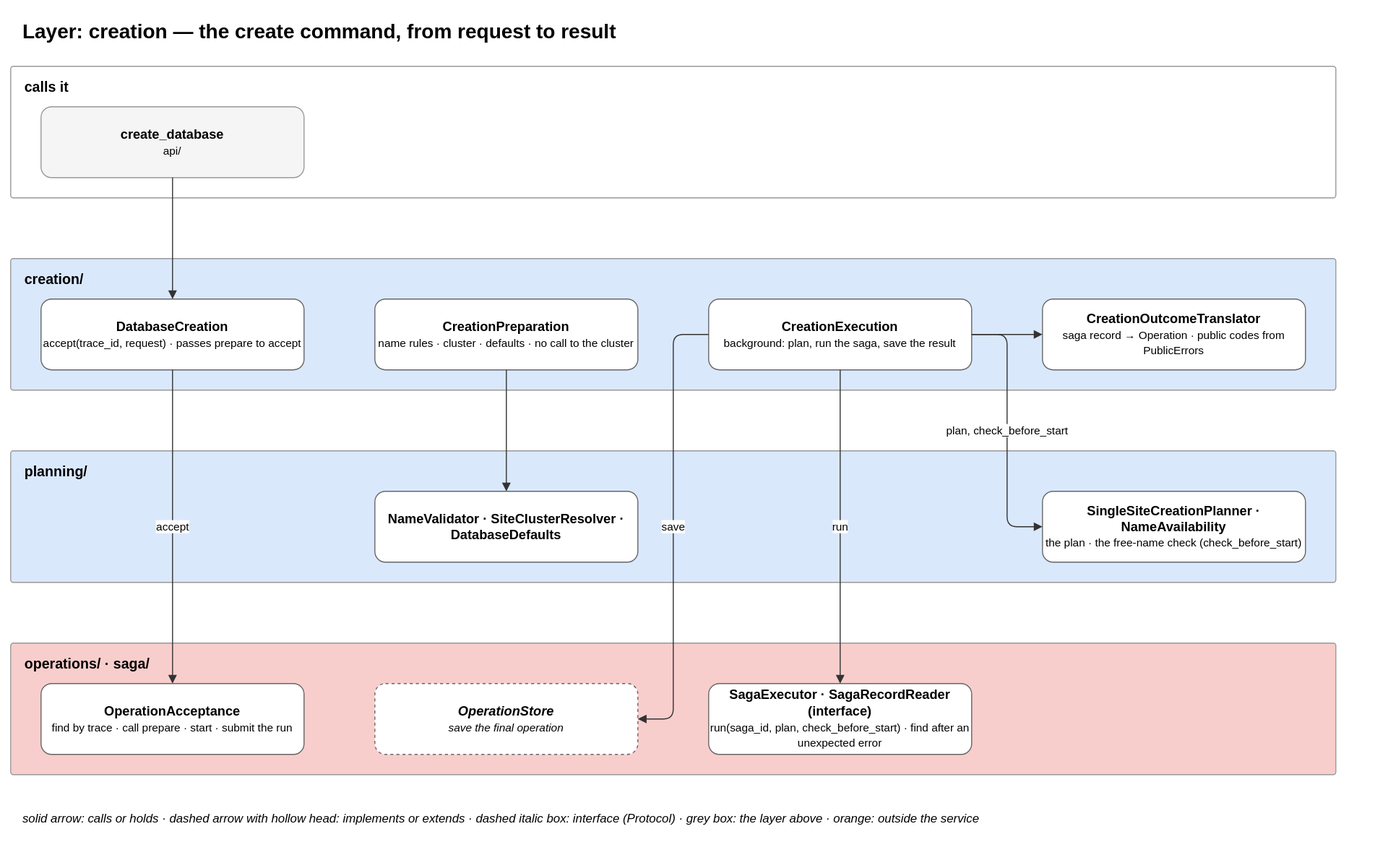
Above: docs/diagrams/04-layer-creation.drawio.svg in EliShteinman/redis-enterprise-services (draw.io), before the change. Source tidied: cells renumbered, new cells last; positions are measured from the earlier drawing's top-left corner, leaving out a move shared by most shapes.
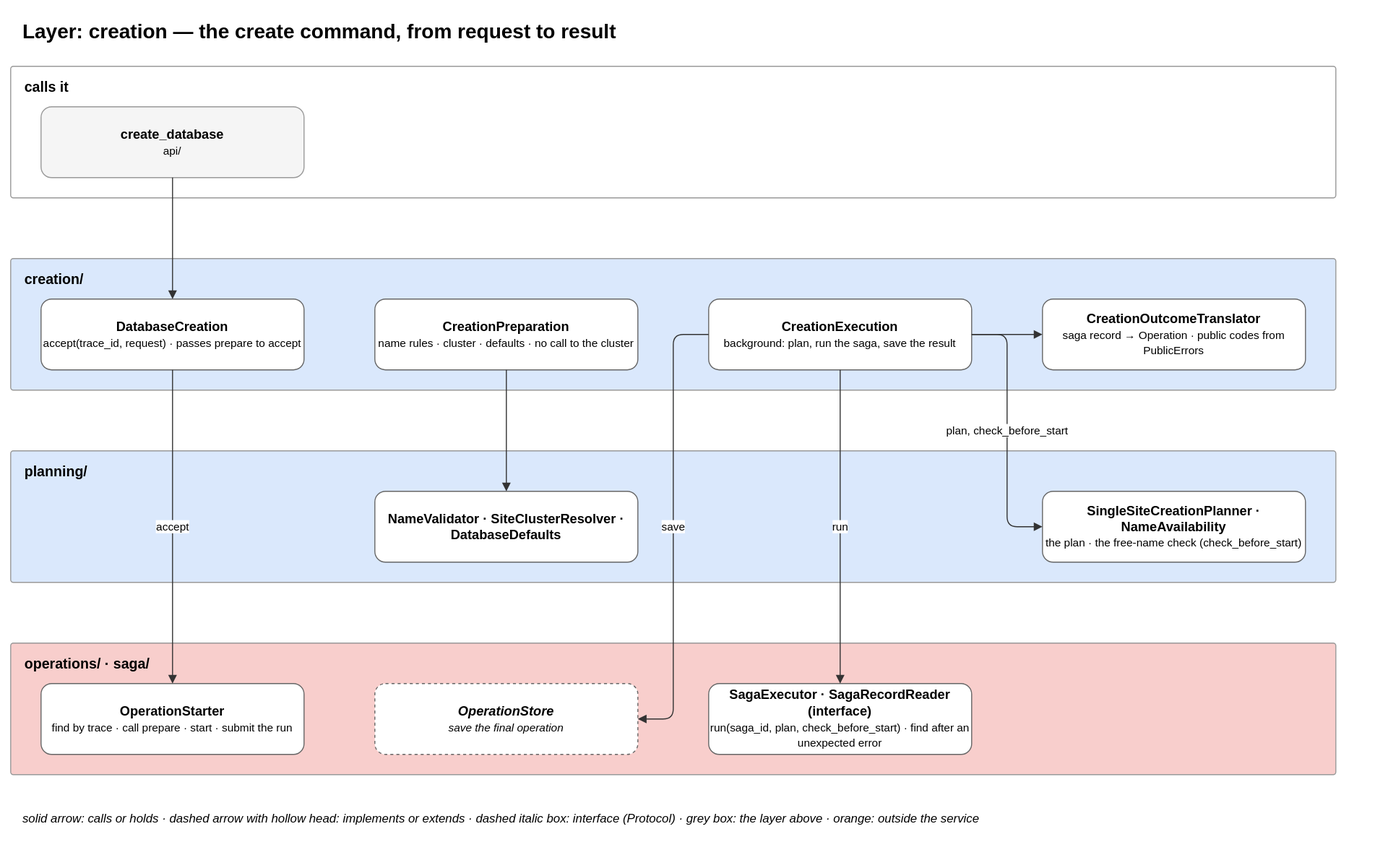
After the change.

The edit, as a diff of the source:
```diff
@@ -38,7 +38,7 @@
     <mxCell id="13" value="&lt;b&gt;operations/ · saga/&lt;/b&gt;" style="rounded=1;arcSize=2;fillColor=#f8cecc;strokeColor=#999999;verticalAlign=top;align=left;spacingLeft=12;spacingTop=6;html=1;fontSize=14;" parent="1" vertex="1">
       <mxGeometry y="625" width="1310" height="130" as="geometry" />
     </mxCell>
-    <mxCell id="14" value="&lt;b&gt;OperationAcceptance&lt;/b&gt;&lt;br&gt;&lt;font style='font-size:11px'&gt;find by trace · call prepare · start · submit the run&lt;/font&gt;" style="rounded=1;whiteSpace=wrap;html=1;fillColor=#ffffff;strokeColor=#666666;fontSize=13;" parent="1" vertex="1">
+    <mxCell id="14" value="&lt;b&gt;OperationStarter&lt;/b&gt;&lt;br&gt;&lt;font style='font-size:11px'&gt;find by trace · call prepare · start · submit the run&lt;/font&gt;" style="rounded=1;whiteSpace=wrap;html=1;fillColor=#ffffff;strokeColor=#666666;fontSize=13;" parent="1" vertex="1">
       <mxGeometry x="30" y="665" width="260" height="70" as="geometry" />
     </mxCell>
     <mxCell id="15" value="&lt;b&gt;OperationStore&lt;/b&gt;&lt;br&gt;&lt;font style='font-size:11px'&gt;save the final operation&lt;/font&gt;" style="rounded=1;whiteSpace=wrap;html=1;fillColor=#ffffff;strokeColor=#666666;fontSize=13;dashed=1;fontStyle=2;" parent="1" vertex="1">
```
